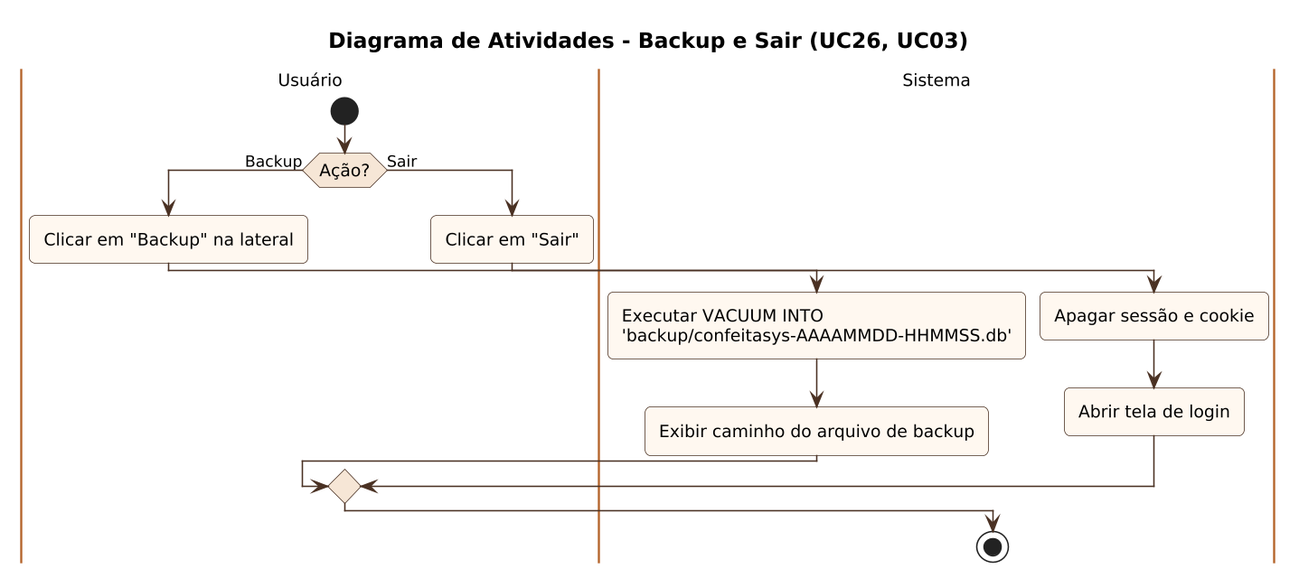
This is docs/diagramas/png/A11_atividade_backup_sair.png from Hallff/ConfeitaSys, a PlantUML export, as it was before one commit. Source of this version:
```plantuml
@startuml
!include _estilo.iuml
title Diagrama de Atividades - Backup e Sair (UC26, UC03)
|Usuário|
start
if (Ação?) then (Backup)
  :Clicar em "Backup" na lateral;
  |Sistema|
  :Executar VACUUM INTO\n'backup/confeitasys-AAAAMMDD-HHMMSS.db';
  :Exibir caminho do arquivo de backup;
else (Sair)
  |Usuário|
  :Clicar em "Sair";
  |Sistema|
  :Apagar sessão e cookie;
  :Abrir tela de login;
endif
stop
@enduml
```
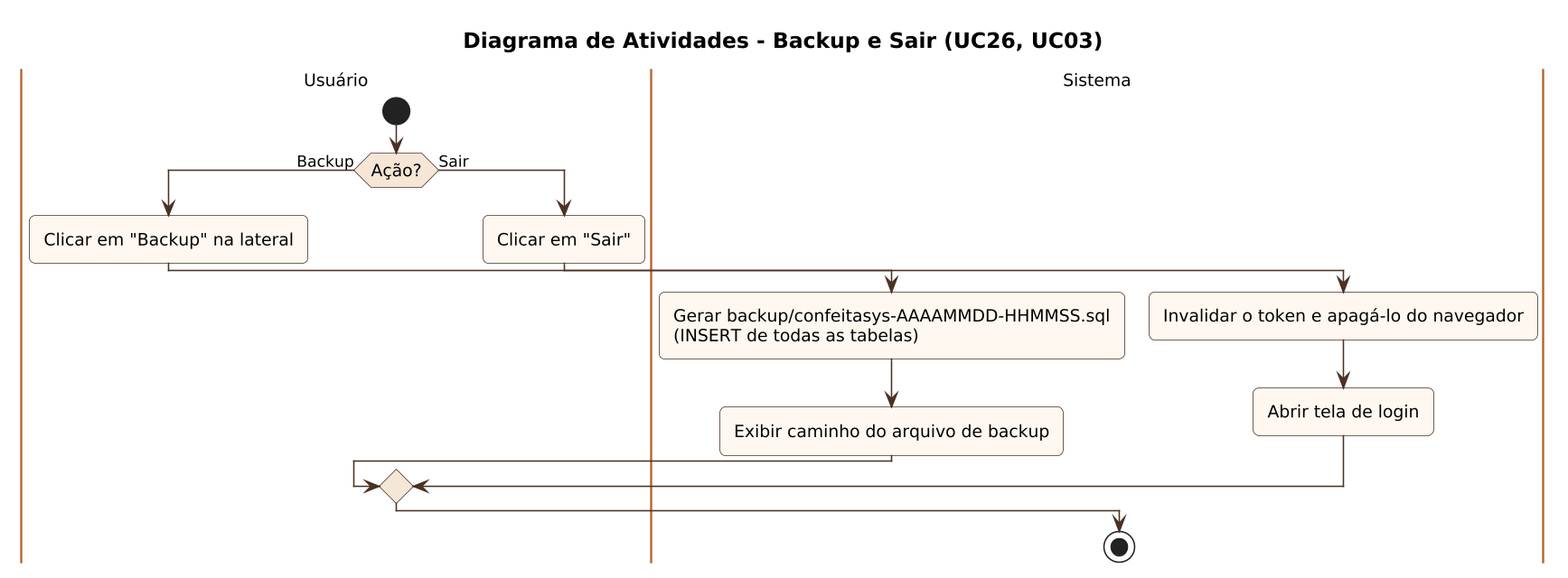
Later version of the same file.

Change to the diagram source:
```diff
@@ -6,13 +6,13 @@
 if (Ação?) then (Backup)
   :Clicar em "Backup" na lateral;
   |Sistema|
-  :Executar VACUUM INTO\n'backup/confeitasys-AAAAMMDD-HHMMSS.db';
+  :Gerar backup/confeitasys-AAAAMMDD-HHMMSS.sql\n(INSERT de todas as tabelas);
   :Exibir caminho do arquivo de backup;
 else (Sair)
   |Usuário|
   :Clicar em "Sair";
   |Sistema|
-  :Apagar sessão e cookie;
+  :Invalidar o token e apagá-lo do navegador;
   :Abrir tela de login;
 endif
 stop
```
